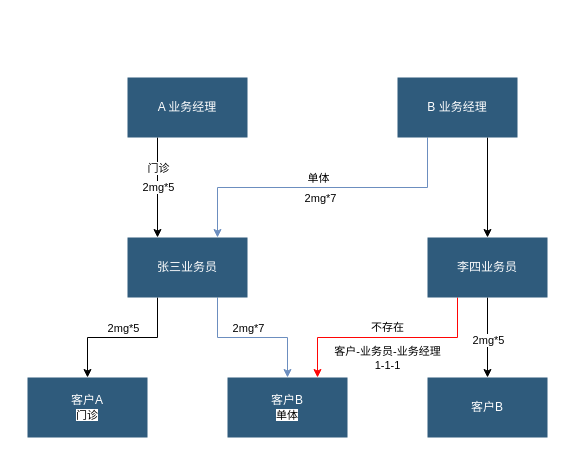
The draw.io diagram 流向系统绩效.drawio in xiaoming728/draw, before the edit. Source tidied: cells renumbered, new cells numbered last; positions are measured from the earlier drawing's top-left corner, leaving out a move shared by most shapes. Both pictures are drawn from the tidied source at 100%, with x=0, y=0 at pixel (27, 77).
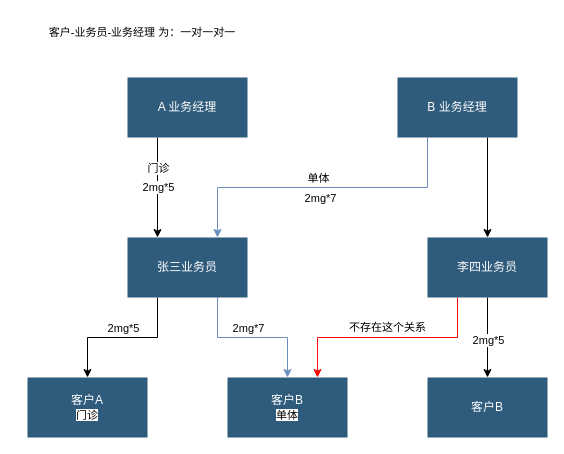
The same page after the edit.

Commit message (it also covers changes not shown here):
更新流向系统绩效.drawio

Unchanged cells that the change refers to:
```xml
<mxCell id="20" value="李四业务员" style="whiteSpace=wrap;shadow=0;fontColor=#FFFFFF;fontFamily=Helvetica;fontStyle=0;html=1;fontSize=12;plain-purple;strokeColor=none;fillColor=#2f5b7c;gradientColor=none;spacing=6;verticalAlign=middle;" parent="1" vertex="1">
  <mxGeometry x="400" y="160" width="120" height="60" as="geometry" />
</mxCell>
<mxCell id="23" value="客户B&lt;div&gt;&lt;span style=&quot;color: rgb(0, 0, 0); font-size: 11px; text-wrap-mode: nowrap; background-color: rgb(255, 255, 255);&quot;&gt;单体&lt;/span&gt;&lt;/div&gt;" style="whiteSpace=wrap;html=1;fillColor=#2f5b7c;strokeColor=none;fontColor=#FFFFFF;shadow=0;fontStyle=0;gradientColor=none;spacing=6;" parent="1" vertex="1">
  <mxGeometry x="200" y="300" width="120" height="60" as="geometry" />
</mxCell>
```

The edit, as a diff of the source:
```diff
@@
-    <mxCell id="18" value="不存在" style="edgeStyle=orthogonalEdgeStyle;rounded=0;jettySize=auto;html=1;exitX=0.25;exitY=1;exitDx=0;exitDy=0;entryX=0.75;entryY=0;entryDx=0;entryDy=0;strokeColor=light-dark(#ff0505, #ededed);" parent="1" edge="1" source="20" target="23">
+    <mxCell id="18" value="不存在这个关系" style="edgeStyle=orthogonalEdgeStyle;rounded=0;jettySize=auto;html=1;exitX=0.25;exitY=1;exitDx=0;exitDy=0;entryX=0.75;entryY=0;entryDx=0;entryDy=0;strokeColor=light-dark(#ff0505, #ededed);" parent="1" edge="1" source="20" target="23">
       <mxGeometry y="-10" relative="1" as="geometry" />
     </mxCell>
-    <mxCell id="19" value="客户-业务员-业务经理&lt;div&gt;1-1-1&lt;/div&gt;" style="edgeLabel;html=1;align=center;verticalAlign=middle;" parent="18" vertex="1">
-      <mxGeometry x="0.01" y="3" relative="1" as="geometry">
-        <mxPoint y="17" as="offset" />
-      </mxGeometry>
-    </mxCell>
@@
+    <mxCell id="24" value="&lt;span style=&quot;font-size: 11px; text-wrap-mode: nowrap; background-color: rgb(255, 255, 255);&quot;&gt;客户-业务员-业务经理 为：一对一对一&lt;/span&gt;" style="text;html=1;align=center;verticalAlign=middle;whiteSpace=wrap;rounded=0;" parent="1" vertex="1">
+      <mxGeometry x="-10" y="-60" width="250" height="30" as="geometry" />
+    </mxCell>
```
